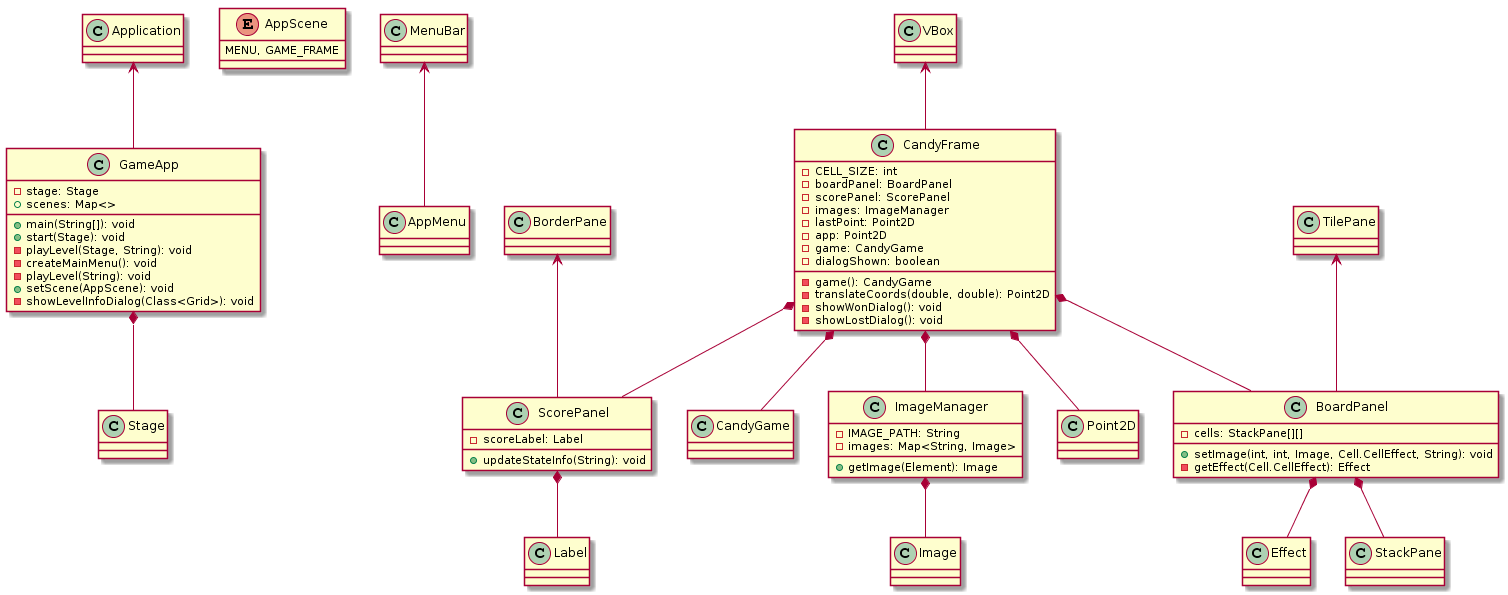
matiapa/itba-poo-final keeps this PlantUML diagram as frontend.png. Above is the earlier version. Source of this version:
```plantuml
@startuml


class GameApp{
 - stage: Stage
 + scenes: Map<>

 + main(String[]): void
 + start(Stage): void
 - playLevel(Stage, String): void
 - createMainMenu(): void
 - playLevel(String): void
 + setScene(AppScene): void
 - showLevelInfoDialog(Class<Grid>): void
}

GameApp *-- Stage
Application <-- GameApp



enum AppScene{
 MENU, GAME_FRAME
}



class AppMenu{

}

MenuBar <-- AppMenu



class ImageManager {
 - IMAGE_PATH: String
 - images: Map<String, Image>

 + getImage(Element): Image
}

ImageManager *-- Image



class ScorePanel {
 - scoreLabel: Label

 + updateStateInfo(String): void
}

BorderPane <-- ScorePanel
ScorePanel *-- Label



class CandyFrame {
 - CELL_SIZE: int
 - boardPanel: BoardPanel
 - scorePanel: ScorePanel
 - images: ImageManager
 - lastPoint: Point2D
 - app: Point2D
 - game: CandyGame
 - dialogShown: boolean

 - game(): CandyGame
 - translateCoords(double, double): Point2D
 - showWonDialog(): void
 - showLostDialog(): void
}

VBox <-- CandyFrame
CandyFrame *-- BoardPanel
CandyFrame *-- ScorePanel
CandyFrame *-- ImageManager
CandyFrame *-- Point2D
CandyFrame *-- CandyGame



class BoardPanel {
 - cells: StackPane[][]

 + setImage(int, int, Image, Cell.CellEffect, String): void
 - getEffect(Cell.CellEffect): Effect
}

TilePane <-- BoardPanel
BoardPanel *-- Effect
BoardPanel *-- StackPane
@enduml
```
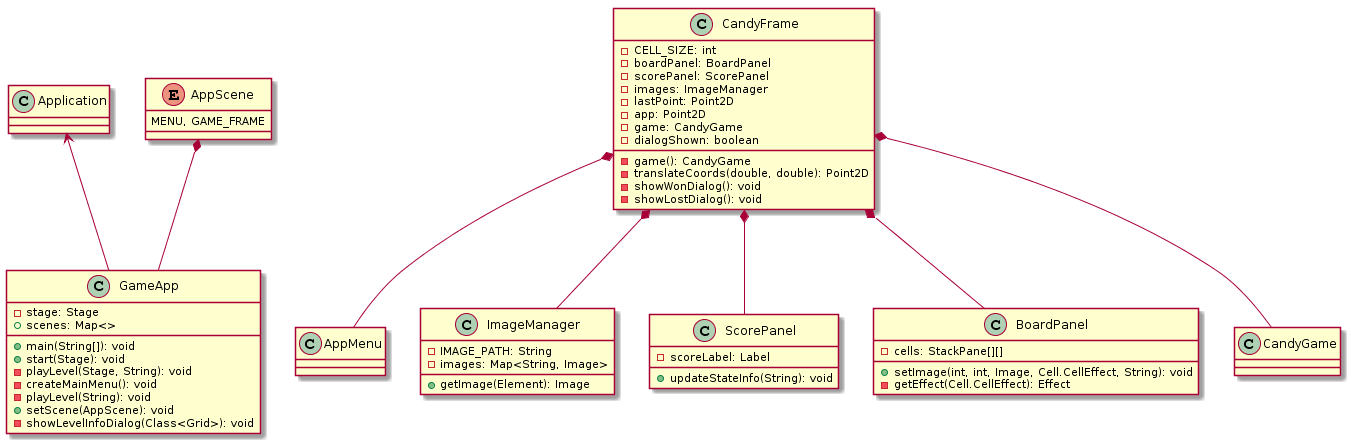
After the commit.

Commit message:
Se corrigio frontend uml de nuevo

Change to the diagram source:
```diff
@@ -14,7 +14,6 @@
  - showLevelInfoDialog(Class<Grid>): void
 }
 
-GameApp *-- Stage
 Application <-- GameApp
 
 
@@ -22,14 +21,13 @@
 enum AppScene{
  MENU, GAME_FRAME
 }
+AppScene *-- GameApp
 
 
 
 class AppMenu{
 
 }
-
-MenuBar <-- AppMenu
 
 
 
@@ -40,8 +38,6 @@
  + getImage(Element): Image
 }
 
-ImageManager *-- Image
-
 
 
 class ScorePanel {
@@ -49,9 +45,6 @@
 
  + updateStateInfo(String): void
 }
-
-BorderPane <-- ScorePanel
-ScorePanel *-- Label
 
 
 
@@ -71,12 +64,11 @@
  - showLostDialog(): void
 }
 
-VBox <-- CandyFrame
 CandyFrame *-- BoardPanel
 CandyFrame *-- ScorePanel
 CandyFrame *-- ImageManager
-CandyFrame *-- Point2D
 CandyFrame *-- CandyGame
+CandyFrame *-- AppMenu
 
 
 
@@ -86,8 +78,4 @@
  + setImage(int, int, Image, Cell.CellEffect, String): void
  - getEffect(Cell.CellEffect): Effect
 }
-
-TilePane <-- BoardPanel
-BoardPanel *-- Effect
-BoardPanel *-- StackPane
 @enduml
```
